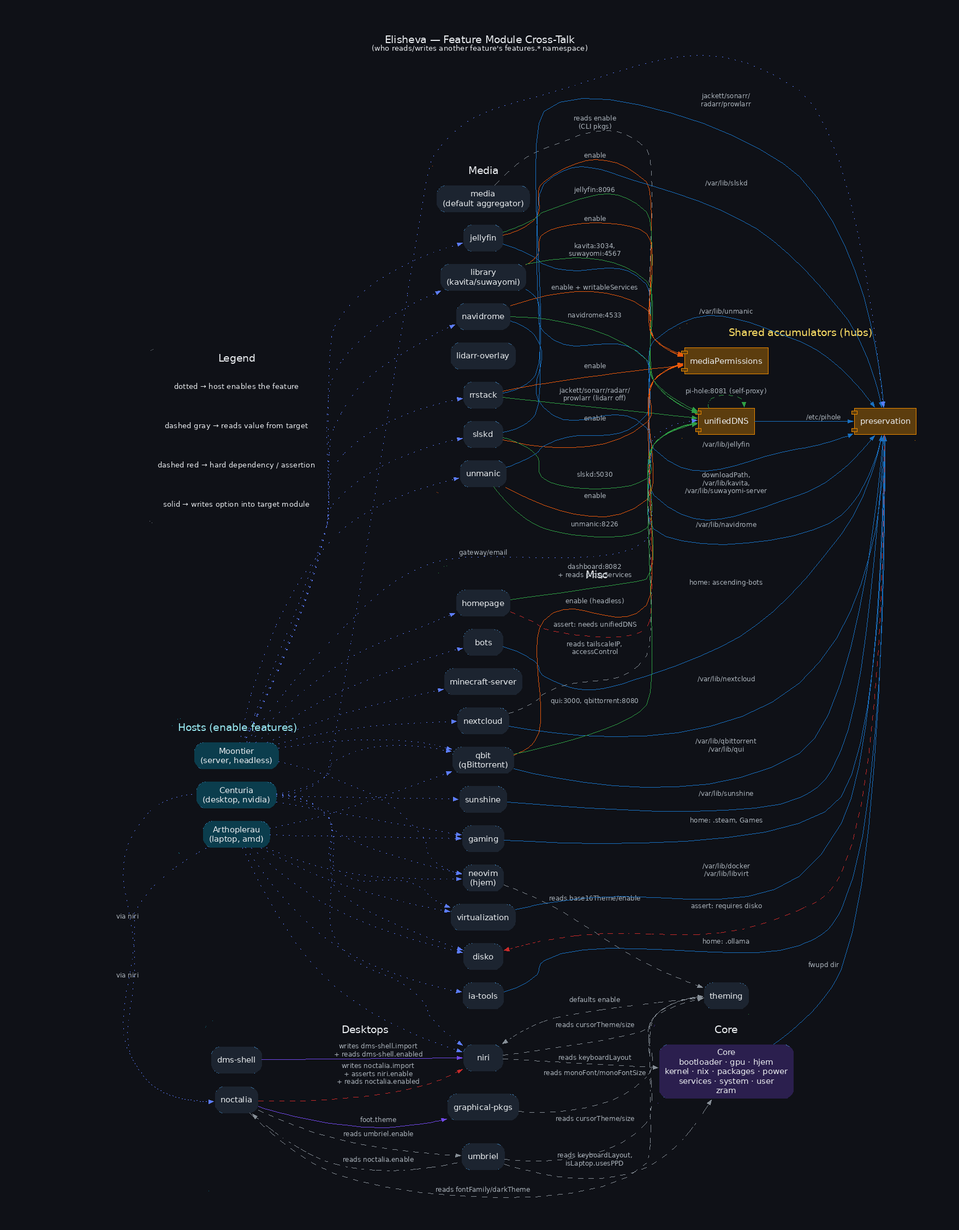
The Graphviz diagram images/modules-cross-talk.png in rPlakama/Elisheva, before a commit. Its source is kept beside it as images/modules-cross-talk.gv.
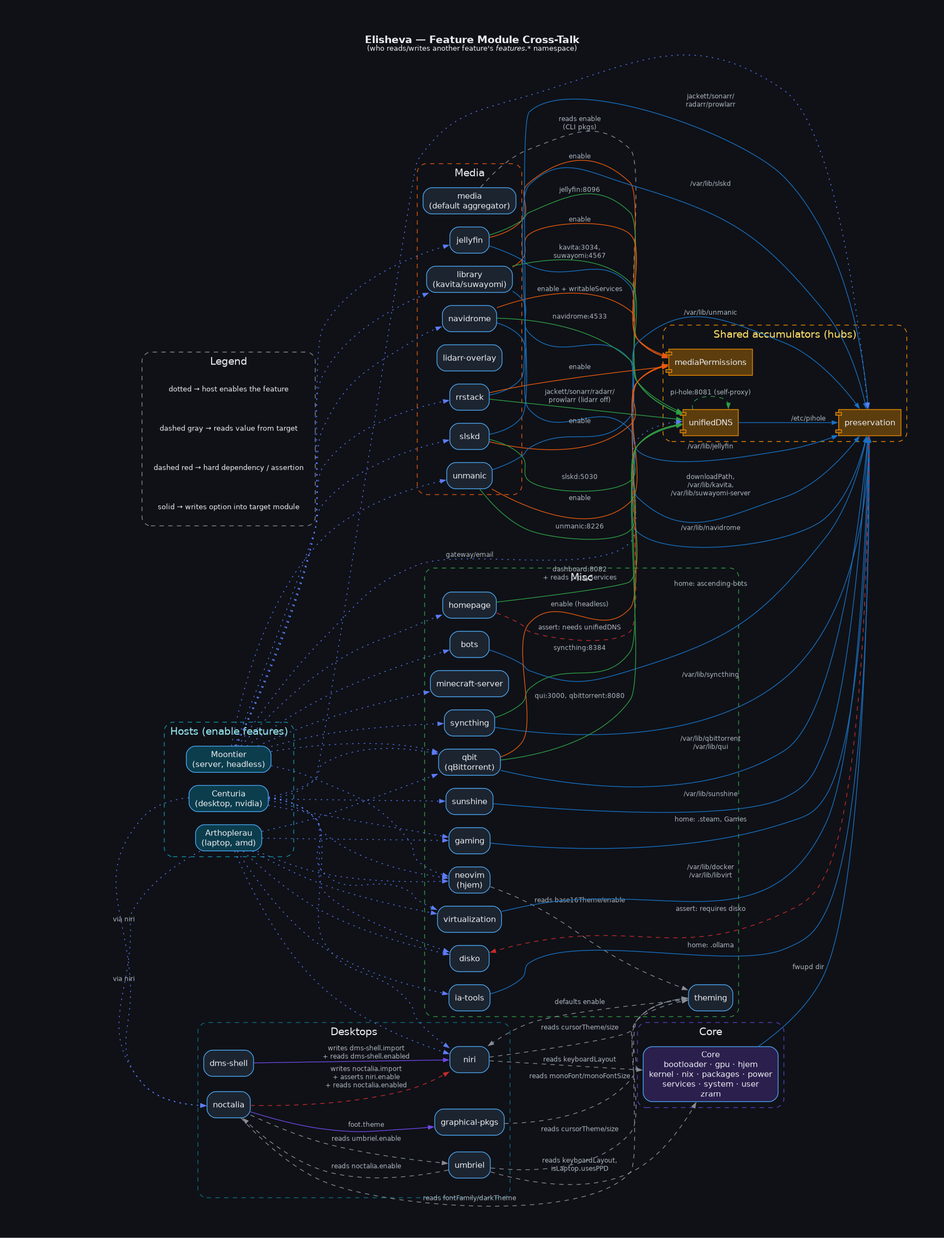
After the change.

Change to the diagram source:
```diff
@@ -59,7 +59,7 @@
     ia_tools [label = "ia-tools"];
     minecraft [label = "minecraft-server"];
     neovim [label = "neovim\n(hjem)"];
-    nextcloud [label = "nextcloud"];
+    syncthing [label = "syncthing"];
     qbit [label = "qbit\n(qBittorrent)"];
     sunshine [label = "sunshine"];
     theming [label = "theming"];
@@ -131,8 +131,8 @@
   homepage -> unifiedDNS [label = "dashboard:8082\n+ reads proxyServices", color = "#2f9e44"];
   homepage -> unifiedDNS [label = "assert: needs unifiedDNS", color = "#c92a2a", style = "dashed"];
   ia_tools -> preservation [label = "home: .ollama", color = "#1971c2"];
-  nextcloud -> preservation [label = "/var/lib/nextcloud", color = "#1971c2"];
-  nextcloud -> unifiedDNS [label = "reads tailscaleIP,\naccessControl", color = "#868e96", style = "dashed"];
+  syncthing -> preservation [label = "/var/lib/syncthing", color = "#1971c2"];
+  syncthing -> unifiedDNS [label = "syncthing:8384", color = "#2f9e44"];
   qbit -> mediaPermissions [label = "enable (headless)", color = "#e8590c"];
   qbit -> preservation [label = "/var/lib/qbittorrent\n/var/lib/qui", color = "#1971c2"];
   qbit -> unifiedDNS [label = "qui:3000, qbittorrent:8080", color = "#2f9e44"];
@@ -151,7 +151,7 @@
   moontier -> qbit [label = "", color = "#5c7cfa", style = "dotted"];
   moontier -> slskd [label = "", color = "#5c7cfa", style = "dotted"];
   moontier -> homepage [label = "", color = "#5c7cfa", style = "dotted"];
-  moontier -> nextcloud [label = "", color = "#5c7cfa", style = "dotted"];
+  moontier -> syncthing [label = "", color = "#5c7cfa", style = "dotted"];
   moontier -> jellyfin [label = "", color = "#5c7cfa", style = "dotted"];
   moontier -> unmanic [label = "", color = "#5c7cfa", style = "dotted"];
   moontier -> navidrome [label = "", color = "#5c7cfa", style = "dotted"];
```
